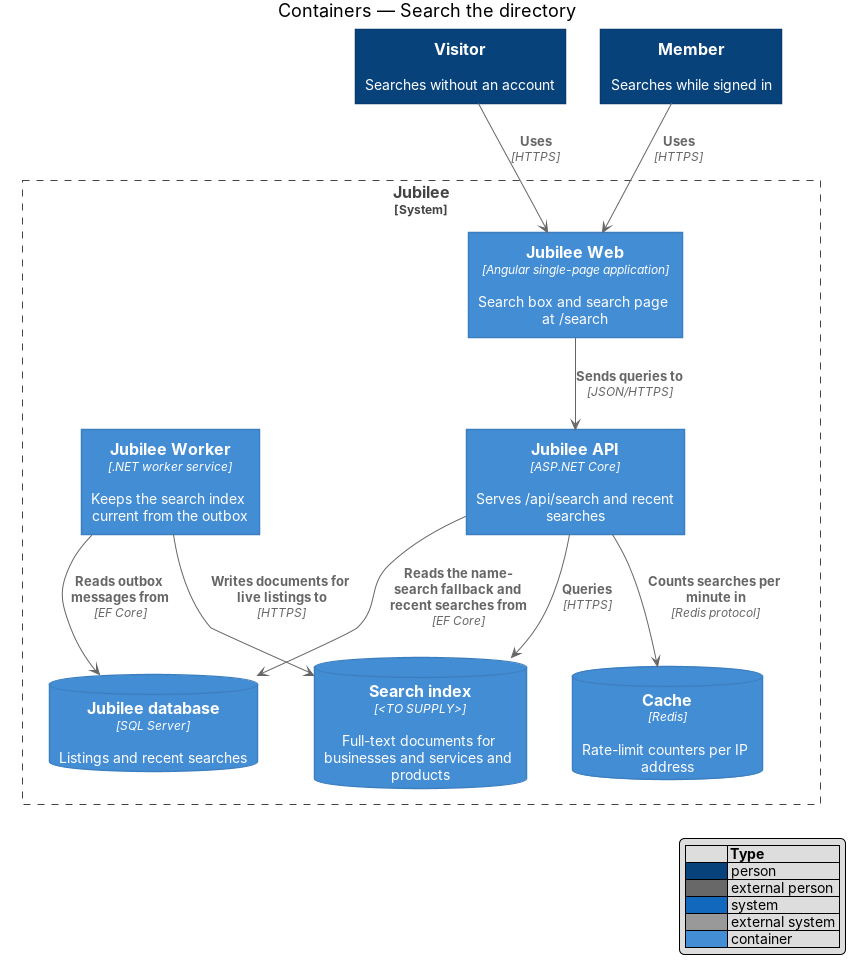
QuinntyneBrown/jubilee keeps this PlantUML diagram as docs/detailed-designs/directory/search-directory/diagrams/c4-container.png. Above is the earlier version. Its source is kept beside it as docs/detailed-designs/directory/search-directory/diagrams/c4-container.puml. Its diagram source:
```plantuml
@startuml
!include <C4/C4_Container>
LAYOUT_WITH_LEGEND()
title Containers — Search the directory

Person(visitor, "Visitor", "Searches without an account")
Person(member, "Member", "Searches while signed in")
System_Boundary(jubilee, "Jubilee") {
  Container(web, "Jubilee Web", "Angular single-page application", "Search box and search page at /search")
  Container(api, "Jubilee API", "ASP.NET Core", "Serves /api/search and recent searches")
  Container(worker, "Jubilee Worker", ".NET worker service", "Keeps the search index current from the outbox")
  ContainerDb(index, "Search index", "<TO SUPPLY>", "Full-text documents for businesses and services and products")
  ContainerDb(cache, "Cache", "Redis", "Rate-limit counters per IP address")
  ContainerDb(db, "Jubilee database", "SQL Server", "Listings and recent searches")
}
Rel(visitor, web, "Uses", "HTTPS")
Rel(member, web, "Uses", "HTTPS")
Rel(web, api, "Sends queries to", "JSON/HTTPS")
Rel(api, index, "Queries", "HTTPS")
Rel(api, cache, "Counts searches per minute in", "Redis protocol")
Rel(api, db, "Reads the name-search fallback and recent searches from", "EF Core")
Rel(worker, db, "Reads outbox messages from", "EF Core")
Rel(worker, index, "Writes documents for live listings to", "HTTPS")
@enduml
```
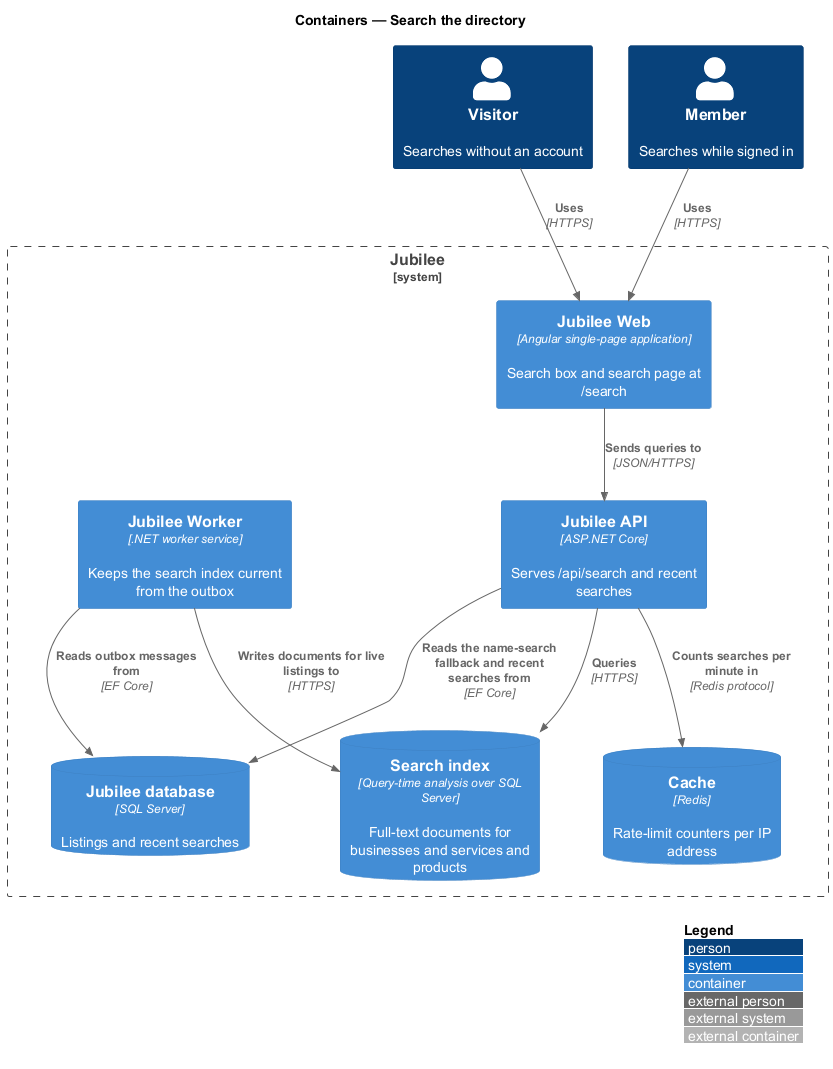
After the commit.

What changed in the source:
```diff
@@ -9,7 +9,7 @@
   Container(web, "Jubilee Web", "Angular single-page application", "Search box and search page at /search")
   Container(api, "Jubilee API", "ASP.NET Core", "Serves /api/search and recent searches")
   Container(worker, "Jubilee Worker", ".NET worker service", "Keeps the search index current from the outbox")
-  ContainerDb(index, "Search index", "<TO SUPPLY>", "Full-text documents for businesses and services and products")
+  ContainerDb(index, "Search index", "Query-time analysis over SQL Server", "Full-text documents for businesses and services and products")
   ContainerDb(cache, "Cache", "Redis", "Rate-limit counters per IP address")
   ContainerDb(db, "Jubilee database", "SQL Server", "Listings and recent searches")
 }
```
